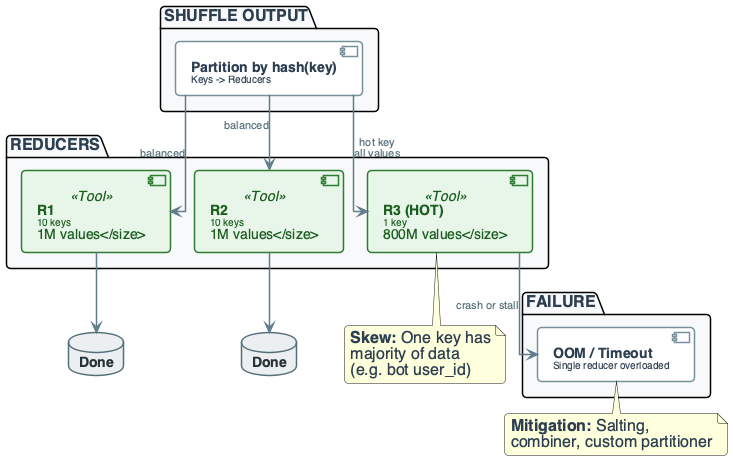
Earlier version of the PlantUML export diagrams/week03/week3_lecture_slide38_failure_skew.png (OrPerets/data-engineering-course).
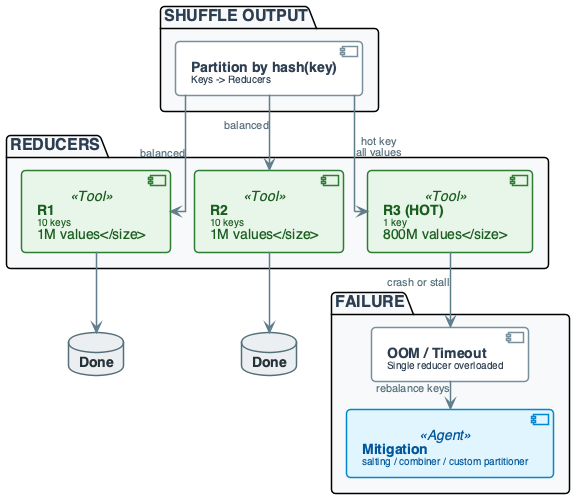
After the change.

Change to the diagram source:
```diff
@@ -130,6 +130,7 @@
 
 package "FAILURE" #F8F9FA {
     component "**OOM / Timeout**\n<size:10>Single reducer overloaded</size>" as FAIL
+    component "**Mitigation**\n<size:10>salting / combiner / custom partitioner</size>" as FIX <<Agent>>
 }
 
 database "**Done**" as D1
@@ -142,16 +143,6 @@
 R1 --> D1
 R2 --> D2
 R3 --> FAIL : "crash or stall"
-
-note bottom of R3
-  **Skew:** One key has
-  majority of data
-  (e.g. bot user_id)
-end note
-
-note bottom of FAIL
-  **Mitigation:** Salting,
-  combiner, custom partitioner
-end note
+FAIL --> FIX : "rebalance keys"
 
 @enduml
```
